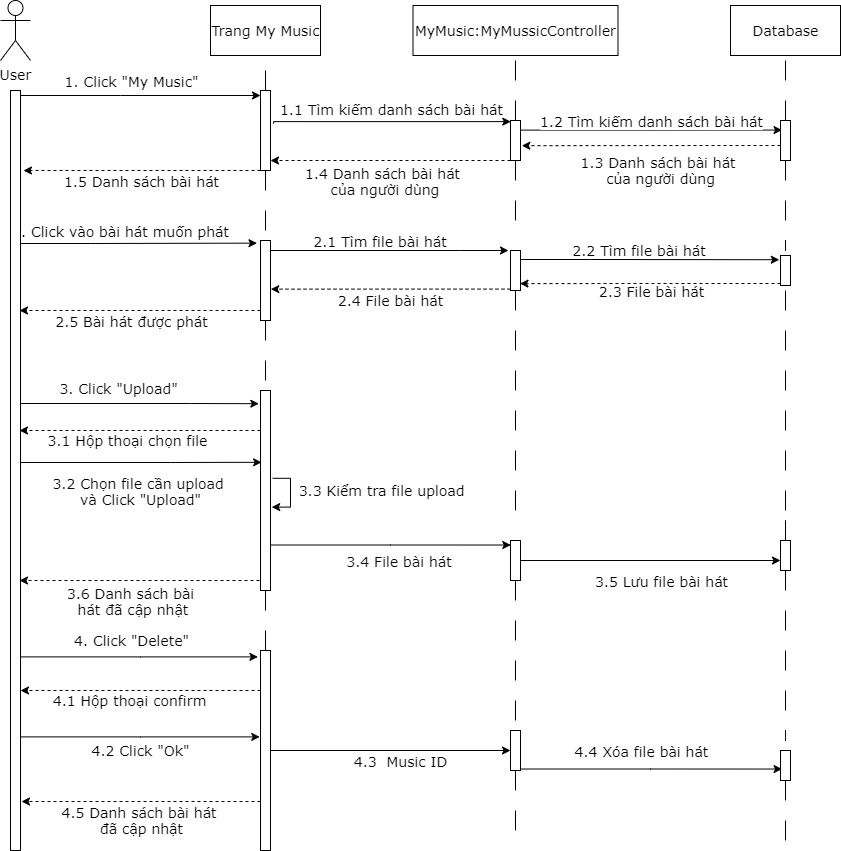
The draw.io diagram ToDoApp-Doc/Document/Diagram/Sequence Diagram/MyMusic/MyMusic_SequenceDiagram.png in Merevoli-DatLuu/To-Do-App, before a commit. Source tidied: cells renumbered, new cells last; positions are measured from the earlier drawing's top-left corner, leaving out a move shared by most shapes.
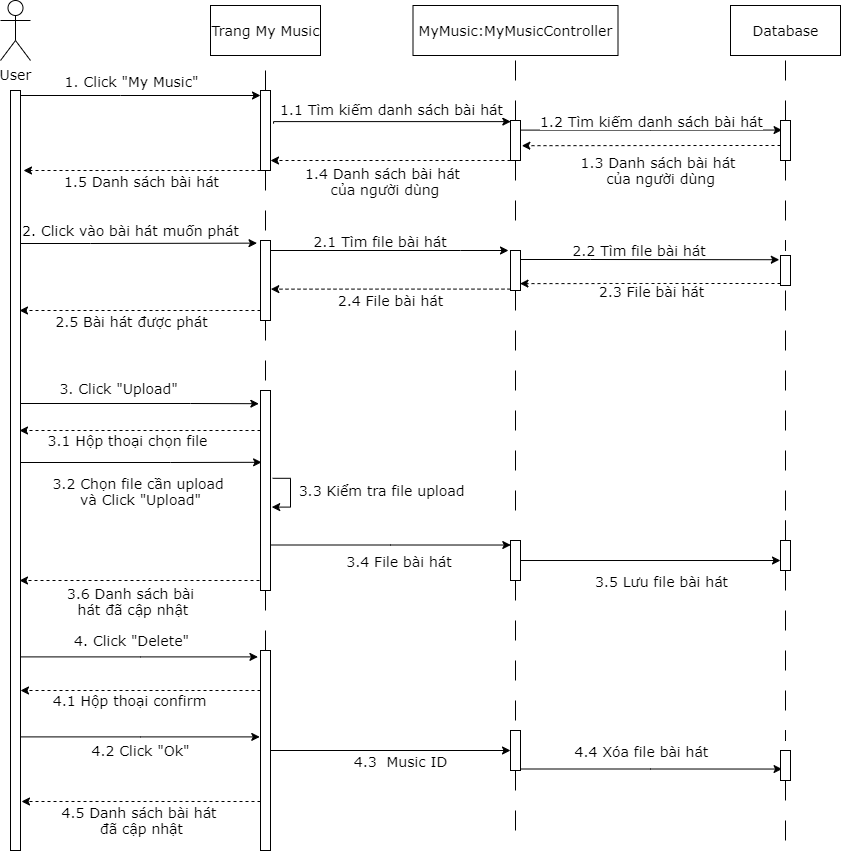
Above is the later version.

Commit message:
[Document, Modified] : ManagementTask & MyMusic Sequence Diagram

The edit, as a diff of the source:
```diff
@@ -28,7 +28,7 @@
     </mxCell>
     <mxCell id="6" value="2. Click vào bài hát muốn phát" style="edgeLabel;html=1;align=center;verticalAlign=middle;fontFamily=Verdana;fontSize=14;" parent="5" vertex="1">
       <mxGeometry x="-0.4" y="1" relative="1" as="geometry">
-        <mxPoint x="29" y="-12" as="offset" />
+        <mxPoint x="39" y="-12" as="offset" />
       </mxGeometry>
     </mxCell>
     <mxCell id="7" style="edgeStyle=orthogonalEdgeStyle;rounded=0;jettySize=auto;html=1;entryX=-0.166;entryY=0.066;entryDx=0;entryDy=0;entryPerimeter=0;fontFamily=Verdana;fontSize=14;" parent="1" edge="1" source="15" target="49">
@@ -87,7 +87,7 @@
     <mxCell id="16" value="Trang My Music" style="html=1;fontFamily=Verdana;fontSize=14;" parent="1" vertex="1">
       <mxGeometry x="210" y="5" width="110" height="50" as="geometry" />
     </mxCell>
-    <mxCell id="17" value="MyMusic:MyMussicController" style="html=1;fontFamily=Verdana;fontSize=14;" parent="1" vertex="1">
+    <mxCell id="17" value="MyMusic:MyMusicController" style="html=1;fontFamily=Verdana;fontSize=14;" parent="1" vertex="1">
       <mxGeometry x="412.5" y="5" width="205" height="50" as="geometry" />
     </mxCell>
     <mxCell id="18" style="line;strokeWidth=1;direction=south;html=1;dashed=1;dashPattern=20 20;fontFamily=Verdana;fontSize=14;" parent="1" vertex="1">
```
